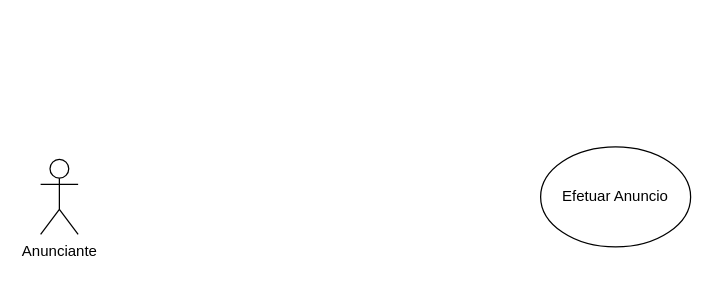
This is SetimaTarefa.drawio from ArcanjoDaGuarda/AnjoProjetos, a draw.io file, before an edit. Source tidied: cells renumbered, new cells numbered last; positions are measured from the earlier drawing's top-left corner, leaving out a move shared by most shapes. Both pictures are drawn from the tidied source at 125%, with x=0, y=0 at pixel (40, 146).
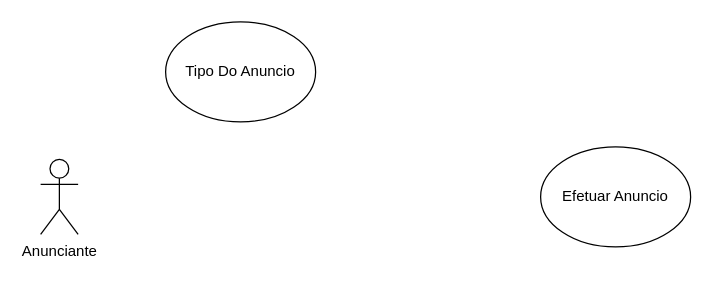
The same page after the edit.

The edit, as a diff of the source:
```diff
@@
 <mxGraphModel>
   <root>
     <mxCell id="0" />
     <mxCell id="1" parent="0" />
     <mxCell id="2" value="Anunciante" style="shape=umlActor;verticalLabelPosition=bottom;verticalAlign=top;html=1;" parent="1" vertex="1">
       <mxGeometry y="10" width="30" height="60" as="geometry" />
     </mxCell>
     <mxCell id="3" value="Efetuar Anuncio" style="ellipse;whiteSpace=wrap;html=1;" parent="1" vertex="1">
       <mxGeometry x="400" width="120" height="80" as="geometry" />
     </mxCell>
+    <mxCell id="4" value="Tipo Do Anuncio" style="ellipse;whiteSpace=wrap;html=1;" parent="1" vertex="1">
+      <mxGeometry x="100" y="-100" width="120" height="80" as="geometry" />
+    </mxCell>
   </root>
 </mxGraphModel>
```
